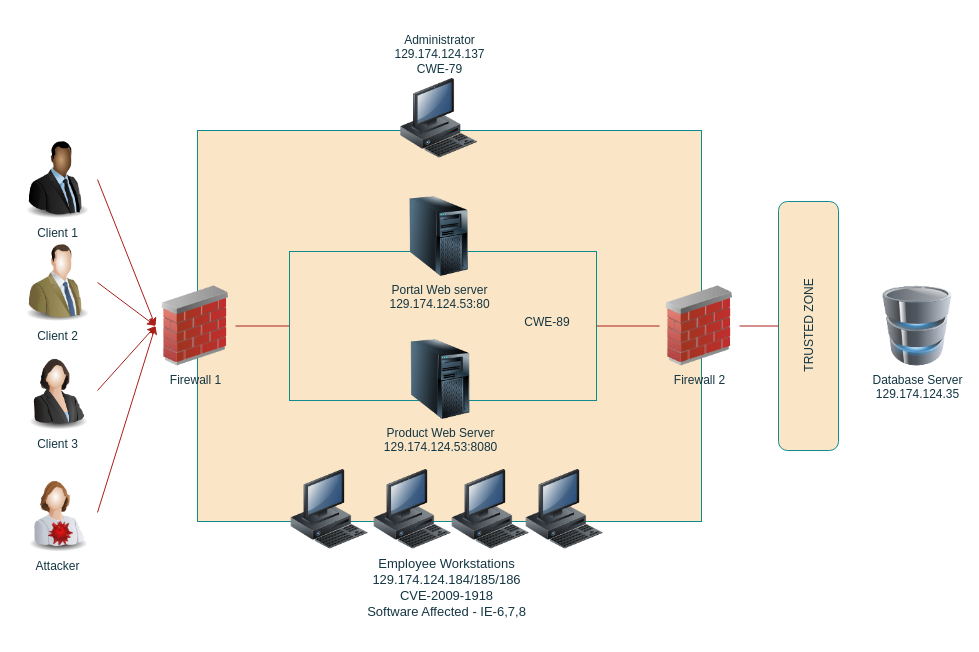
This is Untitled Diagram.drawio from Akshitha181203/BTP, a draw.io file, before an edit. Source tidied: cells renumbered, new cells numbered last; positions are measured from the earlier drawing's top-left corner, leaving out a move shared by most shapes. Both pictures are drawn from the tidied source at 100%, with x=0, y=0 at pixel (17, 78).
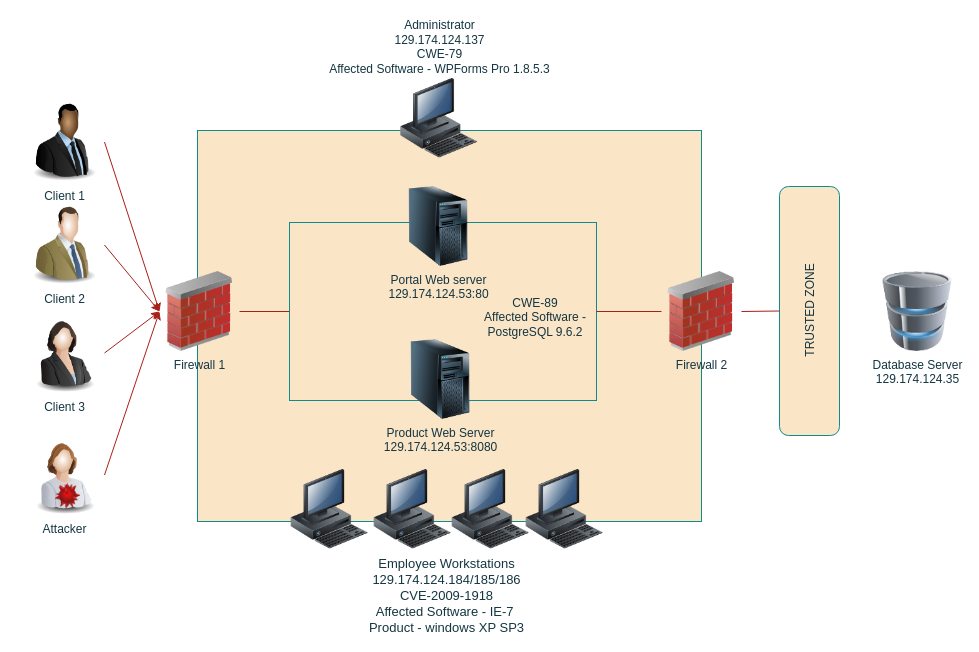
Above is the later version.

The edit, as a diff of the source:
```diff
@@
     <mxCell id="3" value="Client 3" style="image;html=1;image=img/lib/clip_art/people/Suit_Woman_128x128.png;labelBackgroundColor=none;fillColor=#FAE5C7;strokeColor=#0F8B8D;fontColor=#143642;" parent="1" vertex="1">
-      <mxGeometry y="272" width="80" height="80" as="geometry" />
+      <mxGeometry x="7" y="234.5" width="80" height="80" as="geometry" />
     </mxCell>
     <mxCell id="4" value="Client 2" style="image;html=1;image=img/lib/clip_art/people/Suit_Man_Green_128x128.png;labelBackgroundColor=none;fillColor=#FAE5C7;strokeColor=#0F8B8D;fontColor=#143642;" parent="1" vertex="1">
-      <mxGeometry y="164" width="80" height="80" as="geometry" />
+      <mxGeometry x="7" y="126.5" width="80" height="80" as="geometry" />
     </mxCell>
     <mxCell id="5" value="Client 1" style="image;html=1;image=img/lib/clip_art/people/Suit_Man_Black_128x128.png;labelBackgroundColor=none;fillColor=#FAE5C7;strokeColor=#0F8B8D;fontColor=#143642;" parent="1" vertex="1">
-      <mxGeometry y="61" width="80" height="80" as="geometry" />
+      <mxGeometry x="7" y="23.5" width="80" height="80" as="geometry" />
     </mxCell>
     <mxCell id="6" value="Database Server&lt;div&gt;129.174.124.35&lt;br&gt;&lt;/div&gt;" style="image;html=1;image=img/lib/clip_art/computers/Database_128x128.png;labelBackgroundColor=none;fillColor=#FAE5C7;strokeColor=#0F8B8D;fontColor=#143642;" parent="1" vertex="1">
-      <mxGeometry x="860" y="207.5" width="80" height="80" as="geometry" />
+      <mxGeometry x="860" y="193" width="80" height="80" as="geometry" />
     </mxCell>
-    <mxCell id="7" value="Administrator&lt;div&gt;129.174.124.137&lt;br&gt;&lt;div&gt;CWE-79&lt;/div&gt;&lt;/div&gt;" style="image;html=1;image=img/lib/clip_art/computers/Workstation_128x128.png;labelPosition=center;verticalLabelPosition=top;align=center;verticalAlign=bottom;labelBackgroundColor=none;fillColor=#FAE5C7;strokeColor=#0F8B8D;fontColor=#143642;" parent="1" vertex="1">
+    <mxCell id="7" value="Administrator&lt;div&gt;129.174.124.137&lt;br&gt;&lt;div&gt;CWE-79&lt;/div&gt;&lt;/div&gt;&lt;div&gt;Affected Software - WPForms Pro 1.8.5.3&lt;/div&gt;" style="image;html=1;image=img/lib/clip_art/computers/Workstation_128x128.png;labelPosition=center;verticalLabelPosition=top;align=center;verticalAlign=bottom;labelBackgroundColor=none;fillColor=#FAE5C7;strokeColor=#0F8B8D;fontColor=#143642;" parent="1" vertex="1">
       <mxGeometry x="381.5" width="80" height="80" as="geometry" />
     </mxCell>
     <mxCell id="8" value="Attacker" style="image;html=1;image=img/lib/clip_art/people/Worker_Woman_128x128.png;labelBackgroundColor=none;fillColor=#FAE5C7;strokeColor=#0F8B8D;fontColor=#143642;" parent="1" vertex="1">
-      <mxGeometry y="394" width="80" height="80" as="geometry" />
+      <mxGeometry x="7" y="356.5" width="80" height="80" as="geometry" />
     </mxCell>
     <mxCell id="9" style="image;html=1;image=img/lib/clip_art/computers/Virus_128x128.png;labelBackgroundColor=none;fillColor=#FAE5C7;strokeColor=#0F8B8D;fontColor=#143642;" parent="1" vertex="1">
-      <mxGeometry x="31" y="432" width="25" height="47" as="geometry" />
+      <mxGeometry x="38" y="394.5" width="25" height="47" as="geometry" />
     </mxCell>
     <mxCell id="10" value="Firewall 1" style="image;html=1;image=img/lib/clip_art/networking/Firewall_02_128x128.png;labelBackgroundColor=none;fillColor=#FAE5C7;strokeColor=#0F8B8D;fontColor=#143642;" parent="1" vertex="1">
-      <mxGeometry x="138" y="207.5" width="80" height="80" as="geometry" />
+      <mxGeometry x="142" y="193" width="80" height="80" as="geometry" />
     </mxCell>
     <mxCell id="11" style="rounded=0;whiteSpace=wrap;html=1;labelBackgroundColor=none;fillColor=#FAE5C7;strokeColor=#0F8B8D;fontColor=#143642;" parent="1" vertex="1">
-      <mxGeometry x="272" y="173" width="307" height="149" as="geometry" />
+      <mxGeometry x="272" y="144" width="307" height="178" as="geometry" />
     </mxCell>
     <mxCell id="12" value="Firewall 2" style="image;html=1;image=img/lib/clip_art/networking/Firewall_02_128x128.png;labelBackgroundColor=none;fillColor=#FAE5C7;strokeColor=#0F8B8D;fontColor=#143642;" parent="1" vertex="1">
-      <mxGeometry x="642" y="207.5" width="80" height="80" as="geometry" />
+      <mxGeometry x="644" y="193" width="80" height="80" as="geometry" />
     </mxCell>
@@
-    <mxCell id="17" value="Employee Workstations&#10;129.174.124.184/185/186&#10;CVE-2009-1918&#10;Software Affected - IE-6,7,8" style="group;labelPosition=center;verticalLabelPosition=bottom;align=center;verticalAlign=top;labelBackgroundColor=none;fontColor=#143642;fontSize=13;" parent="1" vertex="1">
+    <mxCell id="17" value="Employee Workstations&#10;129.174.124.184/185/186&#10;CVE-2009-1918&#10;Affected Software - IE-7 &#10;Product - windows XP SP3" style="group;labelPosition=center;verticalLabelPosition=bottom;align=center;verticalAlign=top;labelBackgroundColor=none;fontColor=#143642;fontSize=13;" parent="1" vertex="1">
       <mxGeometry x="272" y="391" width="315" height="80" as="geometry" />
     </mxCell>
@@
     <mxCell id="23" value="Portal Web server&lt;div&gt;129.174.124.53:80&lt;br&gt;&lt;/div&gt;" style="image;html=1;image=img/lib/clip_art/computers/Server_Tower_128x128.png;labelBackgroundColor=none;fillColor=#FAE5C7;strokeColor=#0F8B8D;fontColor=#143642;" parent="1" vertex="1">
-      <mxGeometry x="381.5" y="118" width="80" height="80" as="geometry" />
+      <mxGeometry x="381" y="108" width="80" height="80" as="geometry" />
     </mxCell>
@@
     <mxCell id="26" value="TRUSTED ZONE" style="rounded=1;whiteSpace=wrap;html=1;direction=south;fillColor=#FAE5C7;strokeColor=#0F8B8D;horizontal=0;labelBackgroundColor=none;fontColor=#143642;" parent="1" vertex="1">
-      <mxGeometry x="761" y="123" width="60" height="249" as="geometry" />
+      <mxGeometry x="762" y="108" width="60" height="249" as="geometry" />
     </mxCell>
@@
-    <mxCell id="28" value="CWE-89" style="text;strokeColor=none;align=center;fillColor=none;html=1;verticalAlign=middle;whiteSpace=wrap;rounded=0;fontColor=#143642;" parent="1" vertex="1">
-      <mxGeometry x="500" y="229" width="60" height="30" as="geometry" />
+    <mxCell id="28" value="CWE-89&lt;div&gt;Affected Software - PostgreSQL 9.6.2&lt;/div&gt;" style="text;strokeColor=none;align=center;fillColor=none;html=1;verticalAlign=middle;whiteSpace=wrap;rounded=0;fontColor=#143642;" parent="1" vertex="1">
+      <mxGeometry x="455" y="224" width="126" height="30" as="geometry" />
     </mxCell>
```
